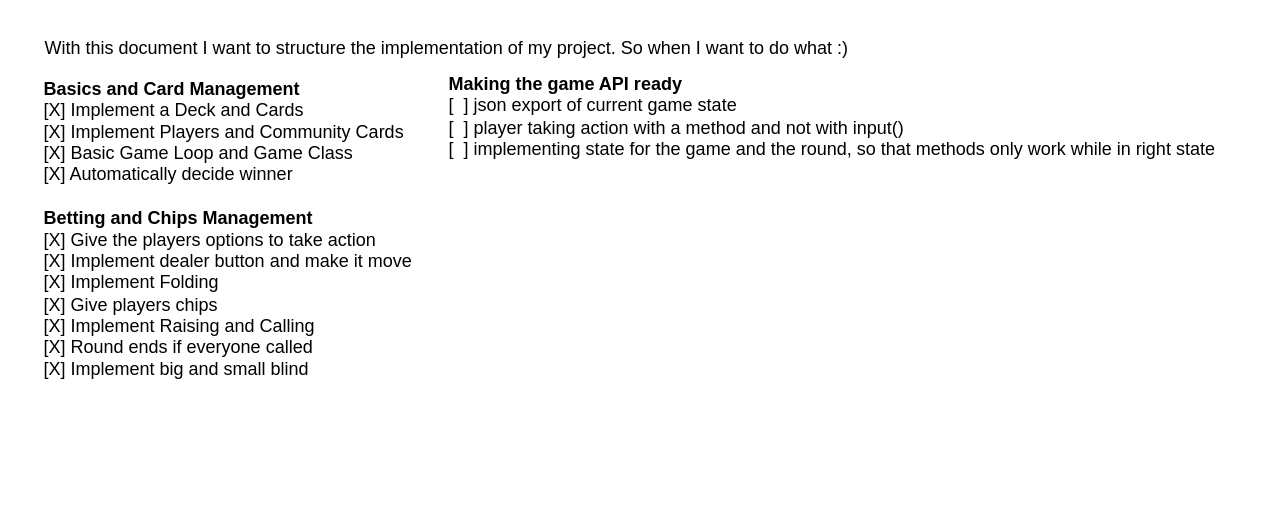
The draw.io diagram design/tasks.drawio in YSchilling/pokernight, before the edit. Source tidied: cells renumbered, new cells numbered last; positions are measured from the earlier drawing's top-left corner, leaving out a move shared by most shapes. Both pictures are drawn from the tidied source at 150%, with x=0, y=0 at pixel (26, 26).
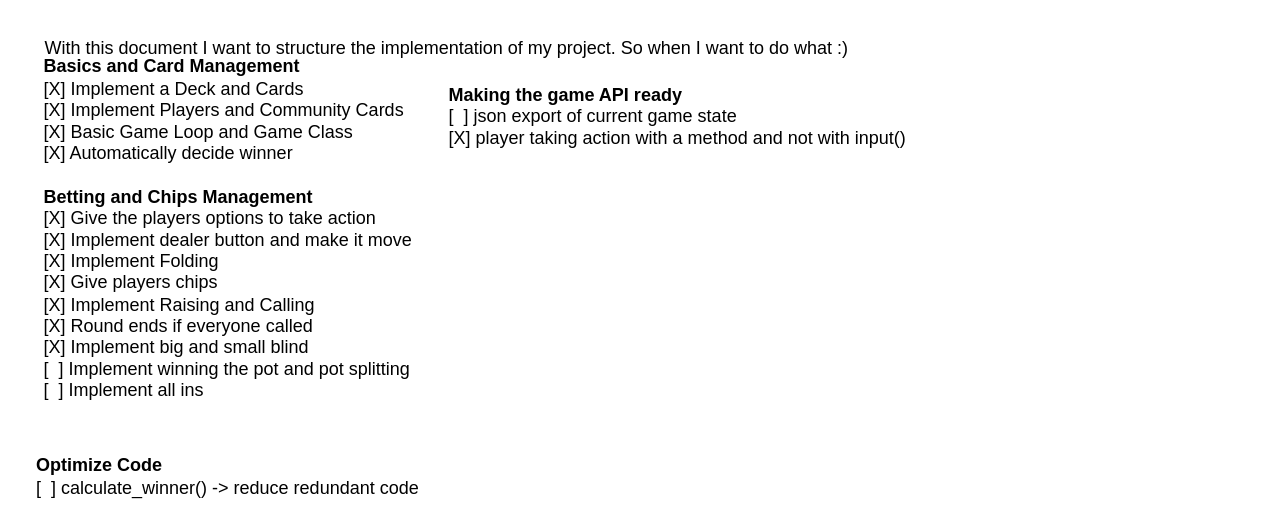
The same diagram, later.

The edit, as a diff of the source:
```diff
@@
 <mxGraphModel>
   <root>
     <mxCell id="0" />
     <mxCell id="1" parent="0" />
     <mxCell id="2" value="With this document I want to structure the implementation of my project. So when I want to do what :)" style="text;html=1;align=center;verticalAlign=middle;strokeColor=none;fillColor=none;" parent="1" vertex="1">
       <mxGeometry width="560" height="30" as="geometry" />
     </mxCell>
-    <mxCell id="3" value="&lt;b&gt;Basics and Card Management&lt;/b&gt;&lt;br&gt;[X] Implement a Deck and Cards&lt;br&gt;[X] Implement Players and Community Cards&lt;br&gt;[X] Basic Game Loop and Game Class&lt;br&gt;[X] Automatically decide winner&lt;br&gt;&lt;b&gt;&lt;br&gt;Betting and Chips Management&lt;br&gt;&lt;/b&gt;[X] Give the players options to take action&lt;br&gt;[X] Implement dealer button and make it move&lt;br&gt;[X] Implement Folding&lt;br&gt;[X] Give players chips&lt;br&gt;[X] Implement Raising and Calling&lt;br&gt;[X] Round ends if everyone called&lt;br&gt;[X] Implement big and small blind" style="text;html=1;align=left;verticalAlign=middle;strokeColor=none;fillColor=none;" parent="1" vertex="1">
-      <mxGeometry x="10" y="30" width="270" height="210" as="geometry" />
+    <mxCell id="3" value="&lt;b&gt;Basics and Card Management&lt;/b&gt;&lt;br&gt;[X] Implement a Deck and Cards&lt;br&gt;[X] Implement Players and Community Cards&lt;br&gt;[X] Basic Game Loop and Game Class&lt;br&gt;[X] Automatically decide winner&lt;br&gt;&lt;b&gt;&lt;br&gt;Betting and Chips Management&lt;br&gt;&lt;/b&gt;[X] Give the players options to take action&lt;br&gt;[X] Implement dealer button and make it move&lt;br&gt;[X] Implement Folding&lt;br&gt;[X] Give players chips&lt;br&gt;[X] Implement Raising and Calling&lt;br&gt;[X] Round ends if everyone called&lt;br&gt;[X] Implement big and small blind&lt;br&gt;[&amp;nbsp; ] Implement winning the pot and pot splitting&lt;br&gt;[&amp;nbsp; ] Implement all ins" style="text;html=1;align=left;verticalAlign=middle;strokeColor=none;fillColor=none;" parent="1" vertex="1">
+      <mxGeometry x="10" y="15" width="270" height="240" as="geometry" />
     </mxCell>
-    <mxCell id="4" value="&lt;b&gt;Making the game API ready&lt;/b&gt;&lt;br&gt;[&amp;nbsp; ] json export of current game state&lt;br&gt;[&amp;nbsp; ] player taking action with a method and not with input()&lt;br&gt;[&amp;nbsp; ] implementing state for the game and the round, so that methods only work while in right state" style="text;html=1;align=left;verticalAlign=middle;strokeColor=none;fillColor=none;" parent="1" vertex="1">
-      <mxGeometry x="280" y="25" width="530" height="70" as="geometry" />
+    <mxCell id="4" value="&lt;b&gt;Making the game API ready&lt;/b&gt;&lt;br&gt;[&amp;nbsp; ] json export of current game state&lt;br&gt;[X] player taking action with a method and not with input()" style="text;html=1;align=left;verticalAlign=middle;strokeColor=none;fillColor=none;" parent="1" vertex="1">
+      <mxGeometry x="280" y="30" width="330" height="60" as="geometry" />
     </mxCell>
+    <mxCell id="5" value="&lt;b&gt;Optimize Code&lt;/b&gt;&lt;br&gt;[&amp;nbsp; ] calculate_winner() -&amp;gt; reduce redundant code" style="text;html=1;align=left;verticalAlign=middle;strokeColor=none;fillColor=none;" parent="1" vertex="1">
+      <mxGeometry x="5" y="280" width="280" height="40" as="geometry" />
+    </mxCell>
   </root>
 </mxGraphModel>
```
